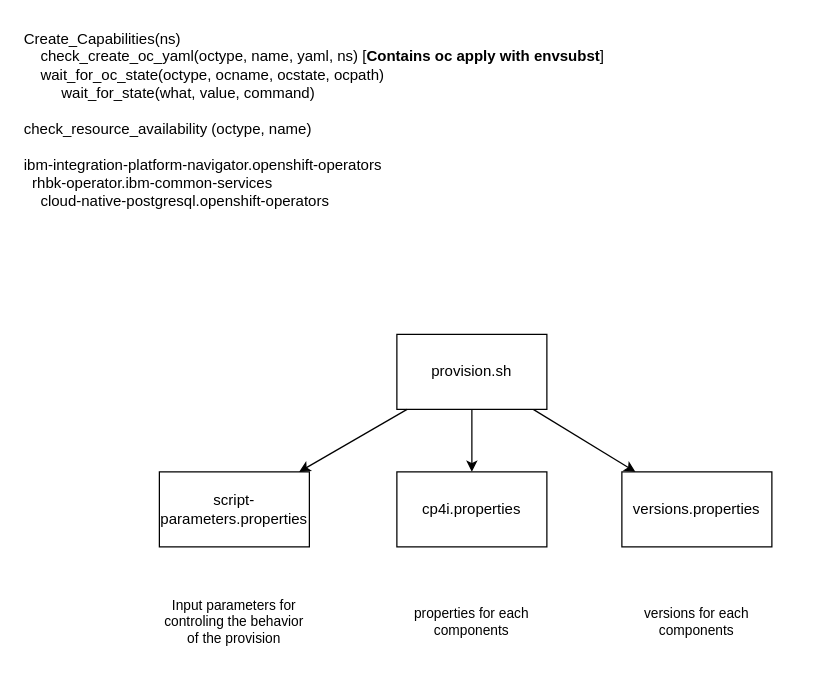
Above: page "Design code" (3 of 13) of doc/design.drawio in ADesprets/cp4i-install (draw.io), before the change. Source tidied: cells renumbered, new cells numbered last; positions are measured from the earlier drawing's top-left corner, leaving out a move shared by most shapes. Both pictures are drawn from the tidied source at 125%, with x=0, y=0 at pixel (21, 21).
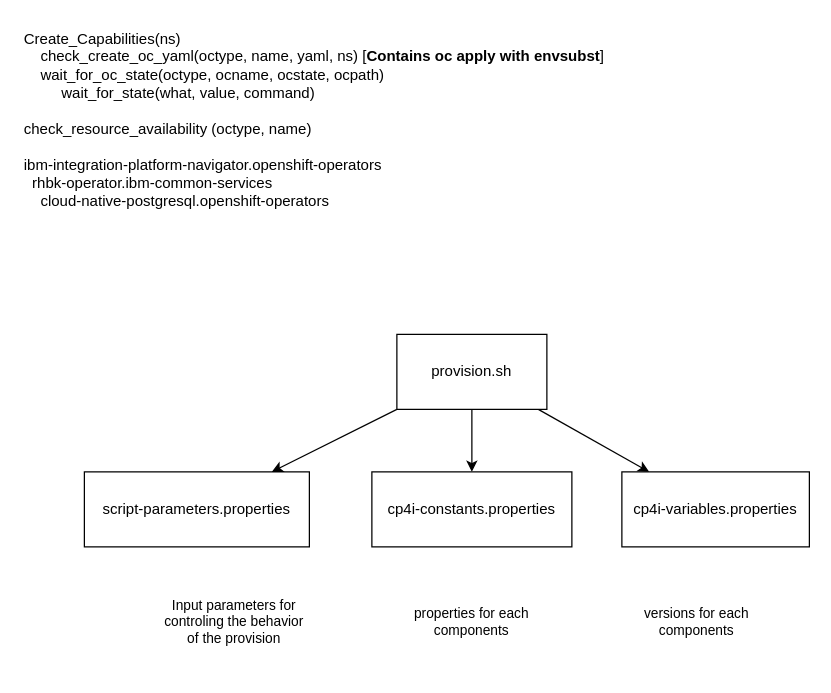
The same diagram, later.

The edit, as a diff of the source:
```diff
@@
 <mxGraphModel>
   <root>
     <mxCell id="0" />
     <mxCell id="1" parent="0" />
     <mxCell id="2" value="Create_Capabilities(ns)&lt;br&gt;&lt;div&gt;&lt;span style=&quot;&quot;&gt;&lt;/span&gt;&lt;span style=&quot;&quot;&gt;&lt;/span&gt;&lt;span style=&quot;&quot;&gt;&lt;/span&gt;&amp;nbsp; &amp;nbsp; check_create_oc_yaml(octype, name, yaml, ns) [&lt;b&gt;Contains oc apply with envsubst&lt;/b&gt;]&lt;/div&gt;&lt;div&gt;&lt;span style=&quot;&quot;&gt;&#9;&lt;/span&gt;&lt;span style=&quot;&quot;&gt;&#9;&lt;/span&gt;&lt;/div&gt;&lt;div&gt;&lt;div style=&quot;border-color: var(--border-color);&quot;&gt;&lt;span style=&quot;&quot;&gt;&lt;span style=&quot;&quot;&gt;&lt;/span&gt;&lt;/span&gt;&lt;span style=&quot;background-color: initial;&quot;&gt;&amp;nbsp; &amp;nbsp;&lt;/span&gt;&lt;span style=&quot;background-color: initial;&quot;&gt;&amp;nbsp;&lt;/span&gt;wait_for_oc_state(octype, ocname, ocstate, ocpath)&lt;/div&gt;&lt;/div&gt;&amp;nbsp; &amp;nbsp; &amp;nbsp; &amp;nbsp; &amp;nbsp;wait_for_state(what, value, command)&lt;br&gt;&amp;nbsp; &amp;nbsp;&amp;nbsp;&lt;div&gt;&lt;span style=&quot;background-color: initial;&quot;&gt;check_resource_availability (octype, name)&lt;/span&gt;&lt;/div&gt;&lt;div&gt;&lt;span style=&quot;background-color: initial;&quot;&gt;&lt;br&gt;&lt;/span&gt;&lt;/div&gt;&lt;div&gt;&lt;span style=&quot;background-color: initial;&quot;&gt;&lt;div&gt;ibm-integration-platform-navigator.openshift-operators&lt;/div&gt;&lt;div&gt;&lt;span style=&quot;&quot;&gt;&lt;/span&gt;&amp;nbsp; rhbk-operator.ibm-common-services&lt;/div&gt;&lt;div&gt;&lt;span style=&quot;&quot;&gt;&lt;/span&gt;&amp;nbsp; &amp;nbsp; cloud-native-postgresql.openshift-operators&lt;/div&gt;&lt;/span&gt;&lt;/div&gt;" style="text;html=1;strokeColor=none;fillColor=none;align=left;verticalAlign=top;whiteSpace=wrap;rounded=0;" parent="1" vertex="1">
       <mxGeometry width="570" height="180" as="geometry" />
     </mxCell>
     <mxCell id="3" style="edgeStyle=none;rounded=0;jettySize=auto;html=1;strokeColor=default;align=center;verticalAlign=middle;fontFamily=Helvetica;fontSize=11;fontColor=default;labelBackgroundColor=default;endArrow=classic;" parent="1" edge="1" source="5" target="6">
       <mxGeometry relative="1" as="geometry" />
     </mxCell>
     <mxCell id="4" style="edgeStyle=none;rounded=0;jettySize=auto;html=1;strokeColor=default;align=center;verticalAlign=middle;fontFamily=Helvetica;fontSize=11;fontColor=default;labelBackgroundColor=default;endArrow=classic;" parent="1" edge="1" source="5" target="8">
       <mxGeometry relative="1" as="geometry" />
     </mxCell>
     <mxCell id="5" value="provision.sh" style="rounded=0;whiteSpace=wrap;html=1;" parent="1" vertex="1">
       <mxGeometry x="300" y="250" width="120" height="60" as="geometry" />
     </mxCell>
-    <mxCell id="6" value="cp4i.properties" style="rounded=0;whiteSpace=wrap;html=1;" parent="1" vertex="1">
-      <mxGeometry x="300" y="360" width="120" height="60" as="geometry" />
+    <mxCell id="6" value="cp4i-constants.properties" style="rounded=0;whiteSpace=wrap;html=1;" parent="1" vertex="1">
+      <mxGeometry x="280" y="360" width="160" height="60" as="geometry" />
     </mxCell>
     <mxCell id="7" value="script-parameters.properties" style="rounded=0;whiteSpace=wrap;html=1;" parent="1" vertex="1">
-      <mxGeometry x="110" y="360" width="120" height="60" as="geometry" />
+      <mxGeometry x="50" y="360" width="180" height="60" as="geometry" />
     </mxCell>
-    <mxCell id="8" value="versions.properties" style="rounded=0;whiteSpace=wrap;html=1;" parent="1" vertex="1">
-      <mxGeometry x="480" y="360" width="120" height="60" as="geometry" />
+    <mxCell id="8" value="cp4i-variables.properties" style="rounded=0;whiteSpace=wrap;html=1;" parent="1" vertex="1">
+      <mxGeometry x="480" y="360" width="150" height="60" as="geometry" />
     </mxCell>
     <mxCell id="9" style="rounded=0;jettySize=auto;html=1;" parent="1" edge="1" source="5" target="7">
       <mxGeometry relative="1" as="geometry" />
     </mxCell>
     <mxCell id="10" value="Input parameters for controling the behavior of the provision" style="text;html=1;align=center;verticalAlign=middle;whiteSpace=wrap;rounded=0;fontFamily=Helvetica;fontSize=11;fontColor=default;labelBackgroundColor=default;" parent="1" vertex="1">
       <mxGeometry x="110" y="440" width="120" height="80" as="geometry" />
     </mxCell>
     <mxCell id="11" value="properties for each components" style="text;html=1;align=center;verticalAlign=middle;whiteSpace=wrap;rounded=0;fontFamily=Helvetica;fontSize=11;fontColor=default;labelBackgroundColor=default;" parent="1" vertex="1">
       <mxGeometry x="300" y="440" width="120" height="80" as="geometry" />
     </mxCell>
     <mxCell id="12" value="versions for each components" style="text;html=1;align=center;verticalAlign=middle;whiteSpace=wrap;rounded=0;fontFamily=Helvetica;fontSize=11;fontColor=default;labelBackgroundColor=default;" parent="1" vertex="1">
       <mxGeometry x="480" y="440" width="120" height="80" as="geometry" />
     </mxCell>
   </root>
 </mxGraphModel>
```
